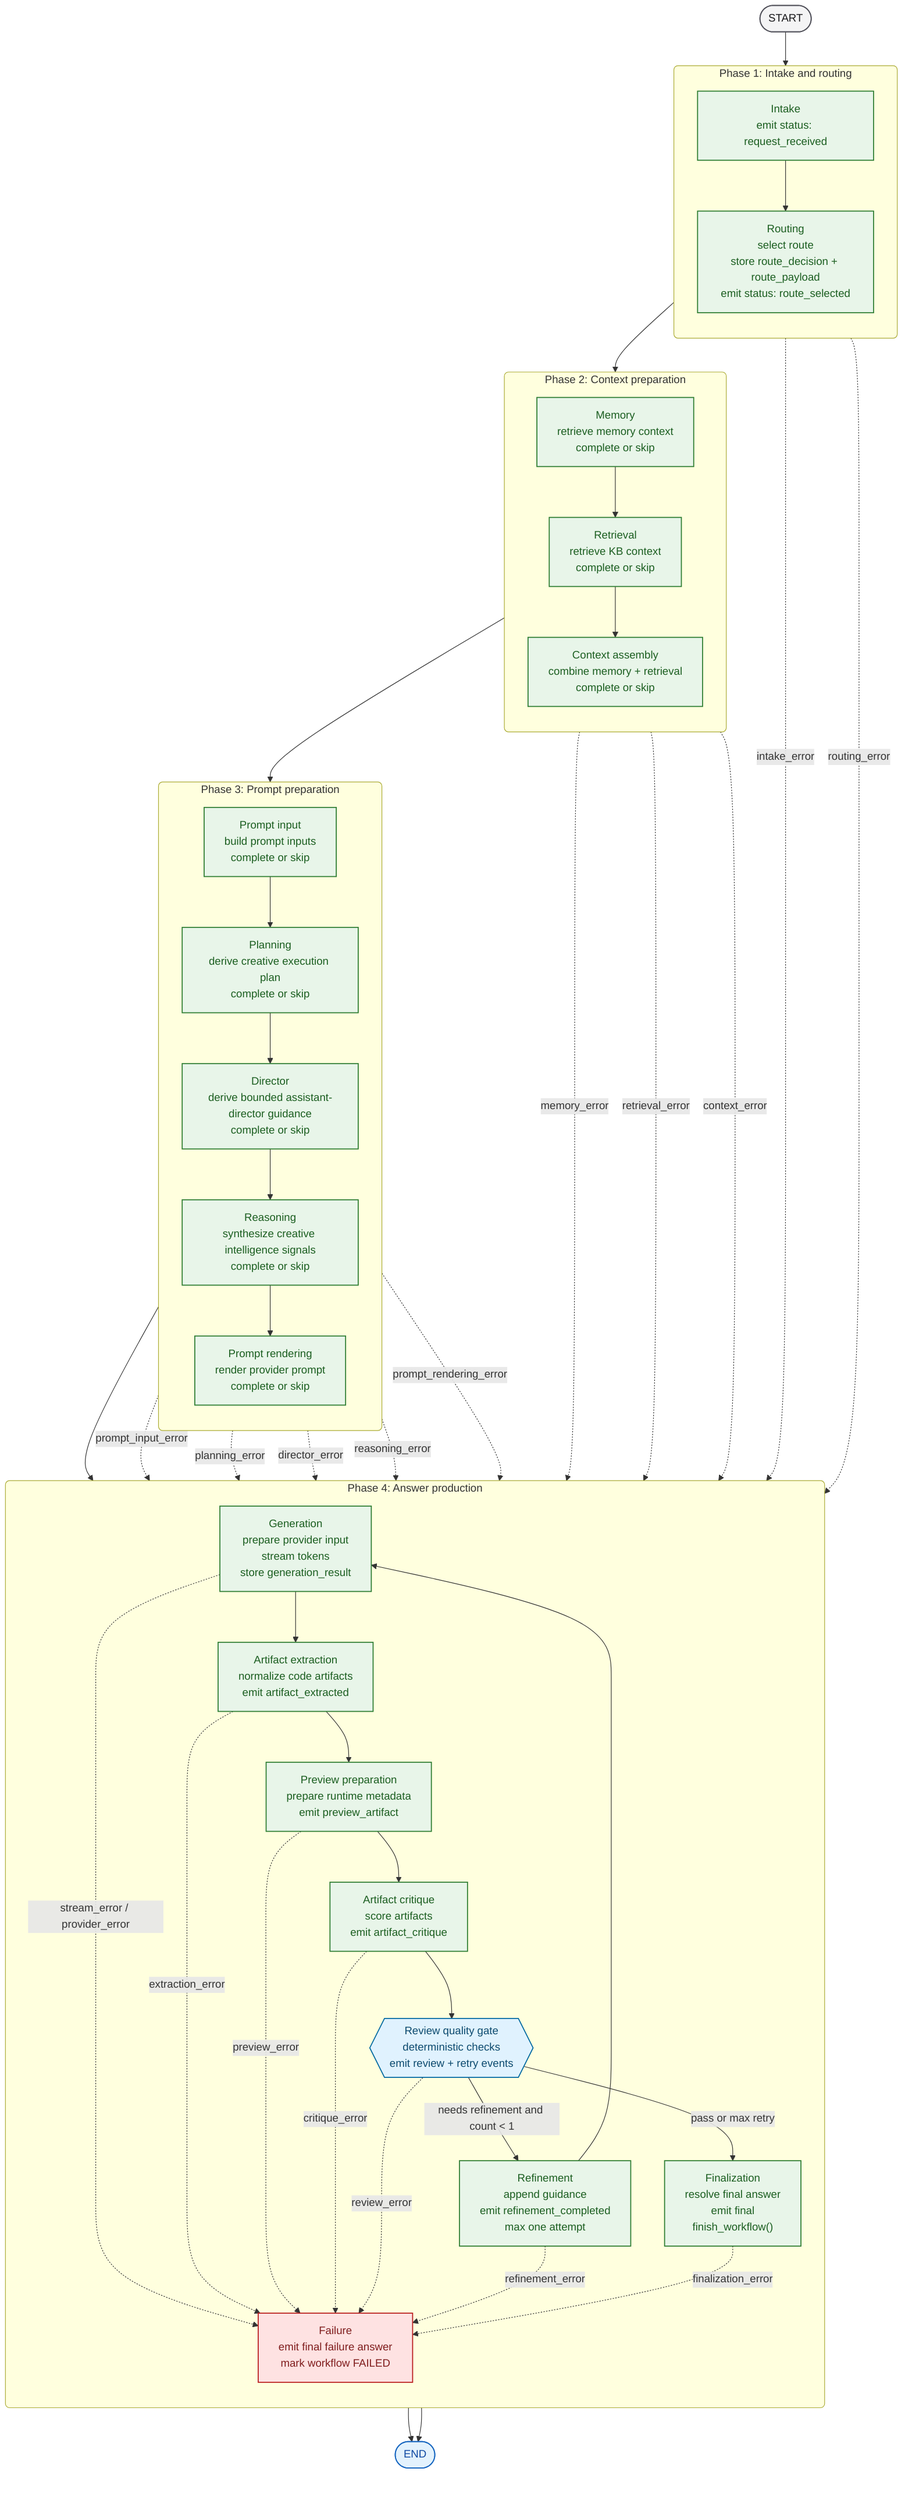
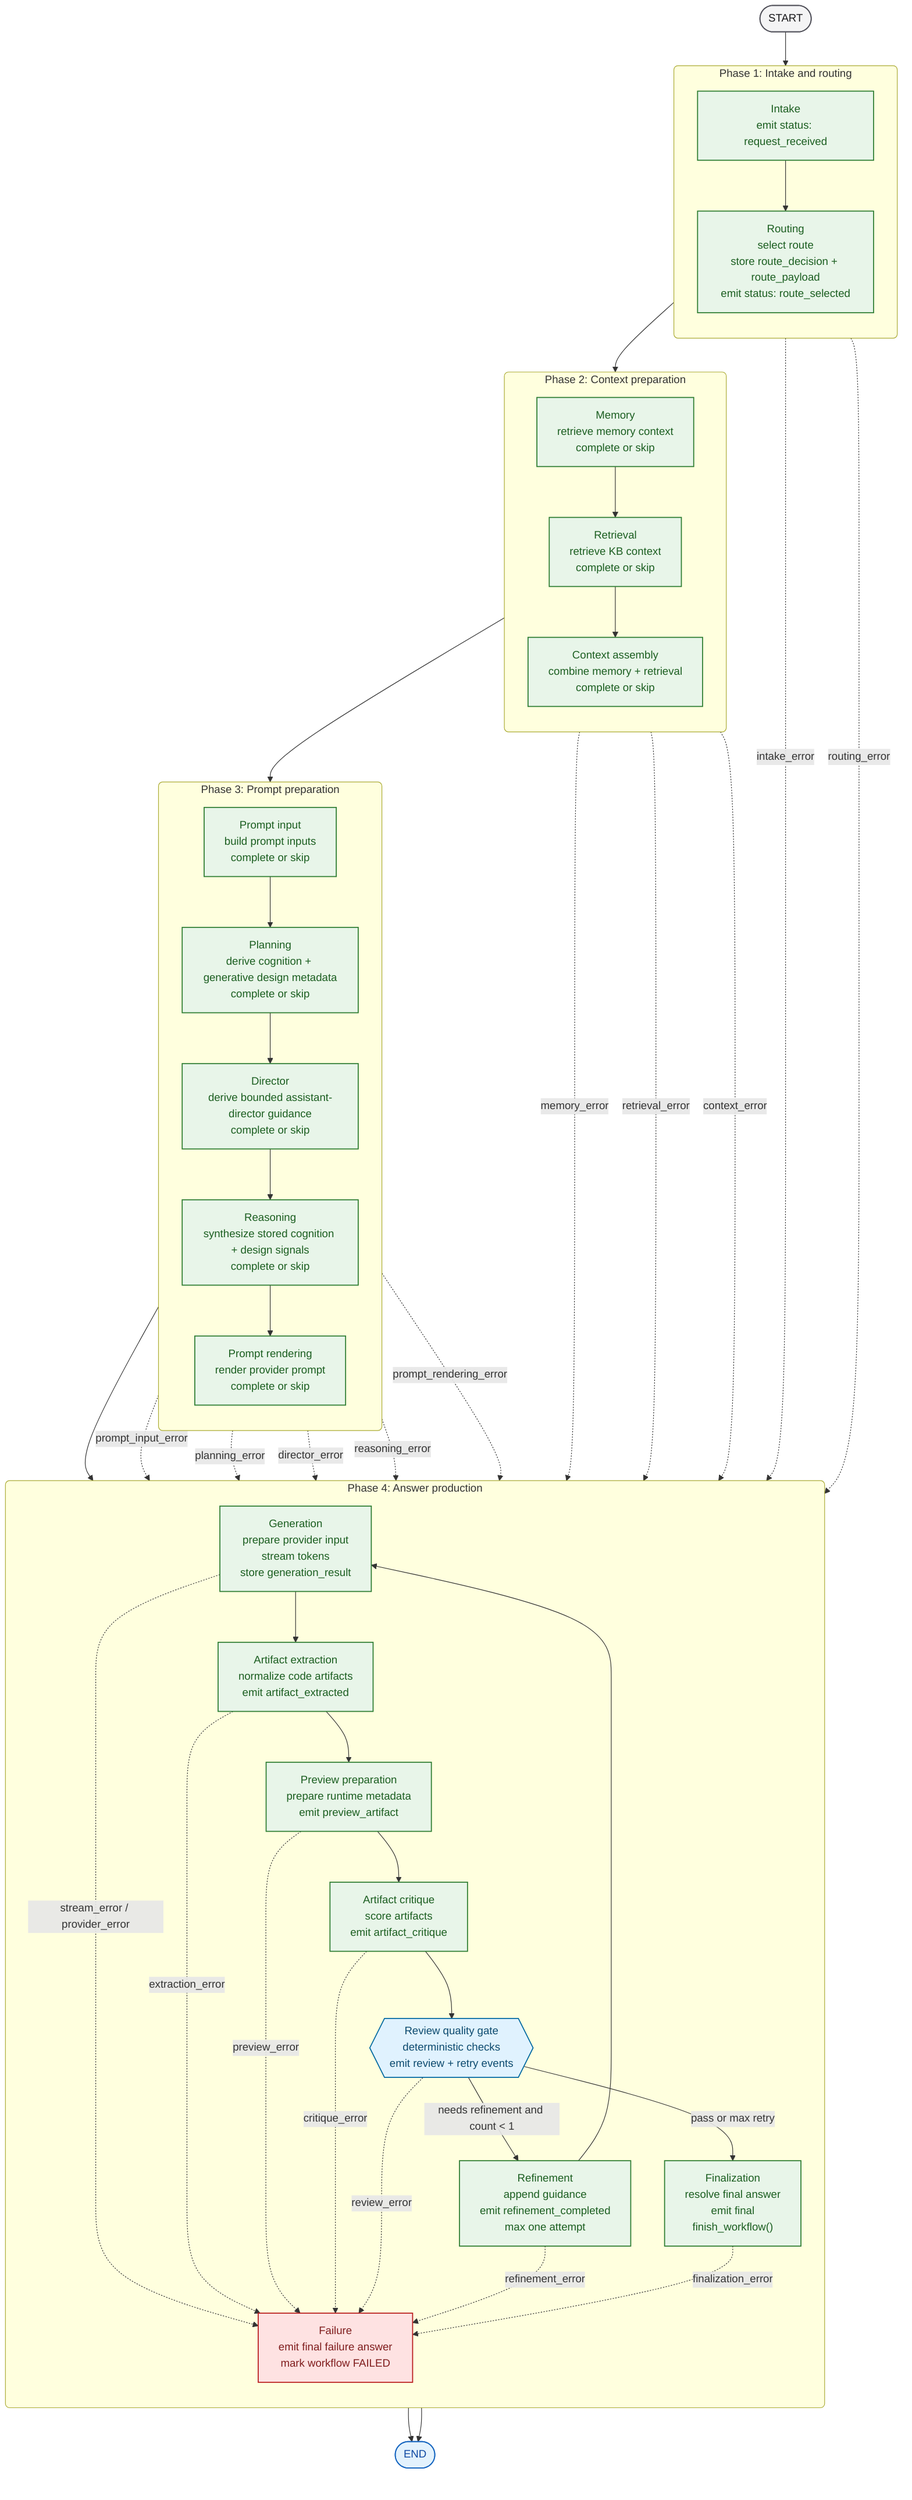
flowchart TB
    classDef boundary fill:#F4F4F5,stroke:#52525B,color:#18181B,stroke-width:1.5px;
    classDef implemented fill:#E8F5E9,stroke:#2E7D32,color:#1B5E20,stroke-width:1.5px;
    classDef gate fill:#E0F2FE,stroke:#0369A1,color:#0C4A6E,stroke-width:1.5px;
    classDef failure fill:#FEE2E2,stroke:#B91C1C,color:#7F1D1D,stroke-width:1.5px;
    classDef terminal fill:#E3F2FD,stroke:#1565C0,color:#0D47A1,stroke-width:1.5px;

    start([START])
    finish([END])

    subgraph phase_1["Phase 1: Intake and routing"]
        direction TB
        intake["Intake<br/>emit status: request_received"]
        routing["Routing<br/>select route<br/>store route_decision + route_payload<br/>emit status: route_selected"]
    end

    subgraph phase_2["Phase 2: Context preparation"]
        direction TB
        memory["Memory<br/>retrieve memory context<br/>complete or skip"]
        retrieval["Retrieval<br/>retrieve KB context<br/>complete or skip"]
        context_assembly["Context assembly<br/>combine memory + retrieval<br/>complete or skip"]
    end

    subgraph phase_3["Phase 3: Prompt preparation"]
        direction TB
        prompt_input["Prompt input<br/>build prompt inputs<br/>complete or skip"]
-         planning["Planning<br/>derive creative execution plan<br/>complete or skip"]
+         planning["Planning<br/>derive cognition + generative design metadata<br/>complete or skip"]
        director["Director<br/>derive bounded assistant-director guidance<br/>complete or skip"]
-         reasoning["Reasoning<br/>synthesize creative intelligence signals<br/>complete or skip"]
+         reasoning["Reasoning<br/>synthesize stored cognition + design signals<br/>complete or skip"]
        prompt_rendering["Prompt rendering<br/>render provider prompt<br/>complete or skip"]
    end

    subgraph phase_4["Phase 4: Answer production"]
        direction TB
        generation["Generation<br/>prepare provider input<br/>stream tokens<br/>store generation_result"]
        artifact_extraction["Artifact extraction<br/>normalize code artifacts<br/>emit artifact_extracted"]
        preview_preparation["Preview preparation<br/>prepare runtime metadata<br/>emit preview_artifact"]
        artifact_critique["Artifact critique<br/>score artifacts<br/>emit artifact_critique"]
        review{{"Review quality gate<br/>deterministic checks<br/>emit review + retry events"}}
        refinement["Refinement<br/>append guidance<br/>emit refinement_completed<br/>max one attempt"]
        finalization["Finalization<br/>resolve final answer<br/>emit final<br/>finish_workflow()"]
        failure["Failure<br/>emit final failure answer<br/>mark workflow FAILED"]
    end

    start --> intake --> routing --> memory --> retrieval --> context_assembly --> prompt_input --> planning --> director --> reasoning --> prompt_rendering --> generation --> artifact_extraction --> preview_preparation --> artifact_critique --> review
    review -->|"pass or max retry"| finalization --> finish
    review -->|"needs refinement and count < 1"| refinement --> generation
    intake -. intake_error .-> failure
    routing -. routing_error .-> failure
    memory -. memory_error .-> failure
    retrieval -. retrieval_error .-> failure
    context_assembly -. context_error .-> failure
    prompt_input -. prompt_input_error .-> failure
    planning -. planning_error .-> failure
    director -. director_error .-> failure
    reasoning -. reasoning_error .-> failure
    prompt_rendering -. prompt_rendering_error .-> failure
    generation -. stream_error / provider_error .-> failure
    artifact_extraction -. extraction_error .-> failure
    preview_preparation -. preview_error .-> failure
    artifact_critique -. critique_error .-> failure
    review -. review_error .-> failure
    refinement -. refinement_error .-> failure
    finalization -. finalization_error .-> failure
    failure --> finish

    class start boundary
    class finish terminal
    class intake,routing,memory,retrieval,context_assembly,prompt_input,planning,director,reasoning,prompt_rendering,generation,artifact_extraction,preview_preparation,artifact_critique,refinement,finalization implemented
    class review gate
    class failure failure
    style phase_1 rx:6px,ry:6px
    style phase_2 rx:6px,ry:6px
    style phase_3 rx:6px,ry:6px
    style phase_4 rx:6px,ry:6px
